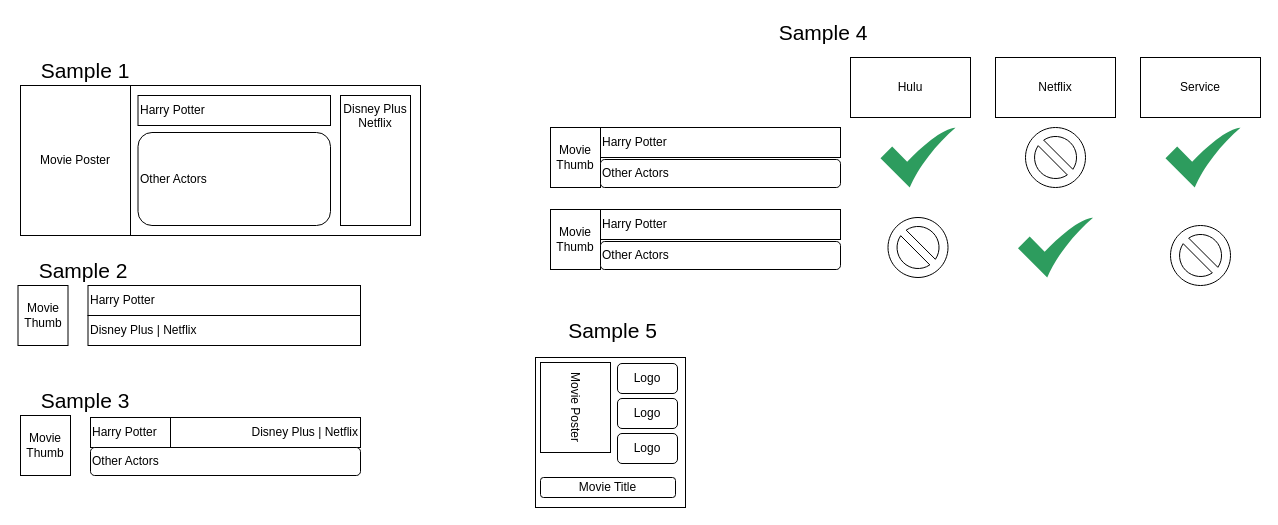
This is page "Card Displays" (2 of 3) of Stream Connect.drawio from gatorhatur/stream-connect, a draw.io file, before an edit. Source tidied: cells renumbered, new cells numbered last; positions are measured from the earlier drawing's top-left corner, leaving out a move shared by most shapes. Both pictures are drawn from the tidied source at 100%, with x=0, y=0 at pixel (18, 17).
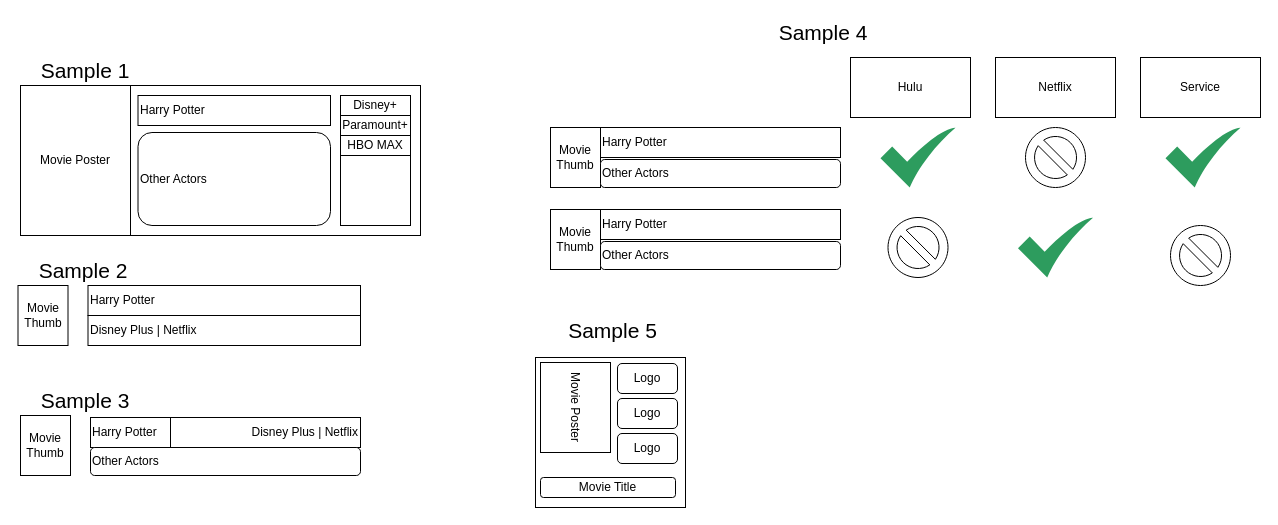
The same page after the edit.

Diff of the diagram source:
```diff
@@
-    <mxCell id="6" value="Disney Plus&lt;br&gt;Netflix" style="rounded=0;whiteSpace=wrap;html=1;align=center;verticalAlign=top;" parent="1" vertex="1">
+    <mxCell id="6" style="rounded=0;whiteSpace=wrap;html=1;align=center;verticalAlign=top;" parent="1" vertex="1">
       <mxGeometry x="322" y="78" width="70" height="130" as="geometry" />
     </mxCell>
@@
+    <mxCell id="40" value="Disney+" style="rounded=0;whiteSpace=wrap;html=1;" parent="1" vertex="1">
+      <mxGeometry x="322" y="78" width="70" height="20" as="geometry" />
+    </mxCell>
+    <mxCell id="41" value="Paramount+" style="rounded=0;whiteSpace=wrap;html=1;" parent="1" vertex="1">
+      <mxGeometry x="322" y="98" width="70" height="20" as="geometry" />
+    </mxCell>
+    <mxCell id="42" value="HBO MAX" style="rounded=0;whiteSpace=wrap;html=1;" parent="1" vertex="1">
+      <mxGeometry x="322" y="118" width="70" height="20" as="geometry" />
+    </mxCell>
```
